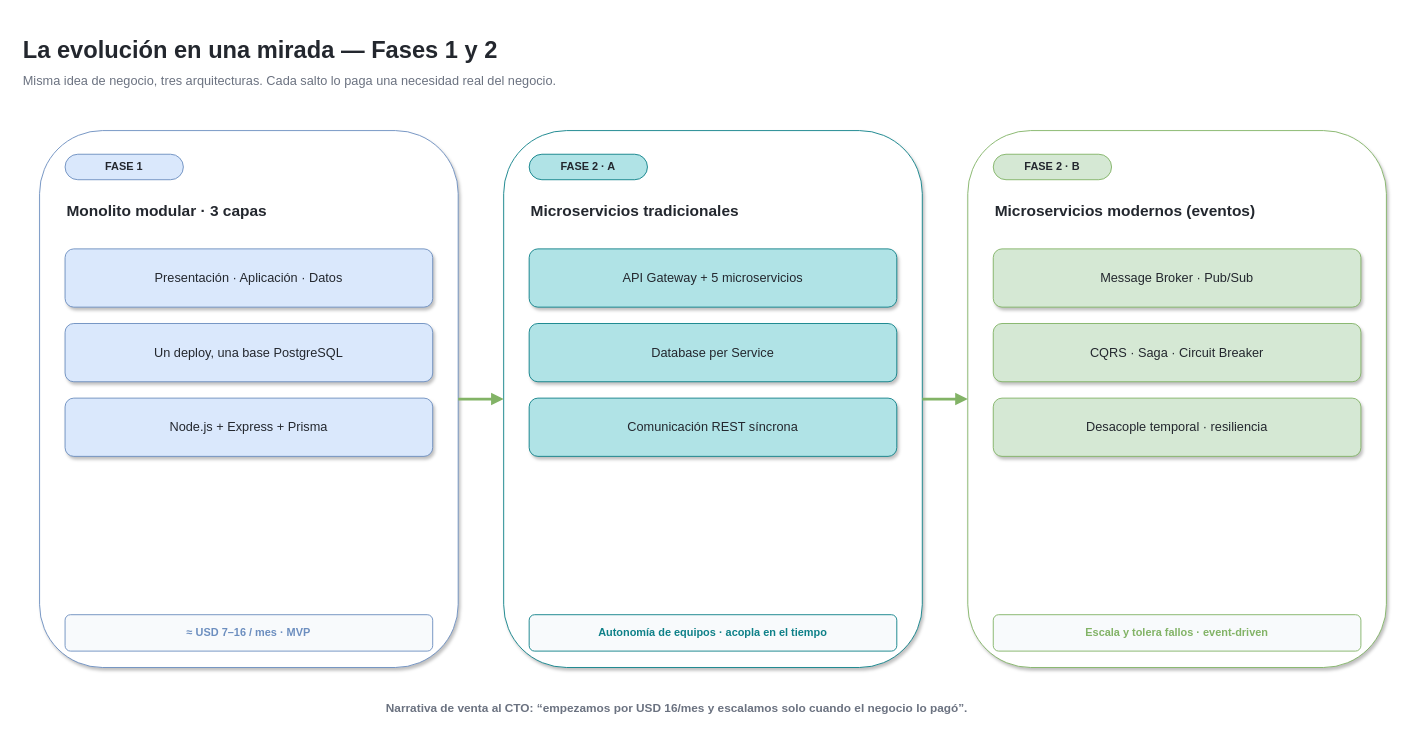
Before: Presentacion/diagramas/drawio/evolucion_3_arquitecturas.drawio in LautaroNaglieri/traineros-api, a draw.io diagram. Source tidied: cells renumbered, new cells numbered last; positions are measured from the earlier drawing's top-left corner, leaving out a move shared by most shapes. Both pictures are drawn from the tidied source at 91%, with x=0, y=0 at pixel (21, 30).
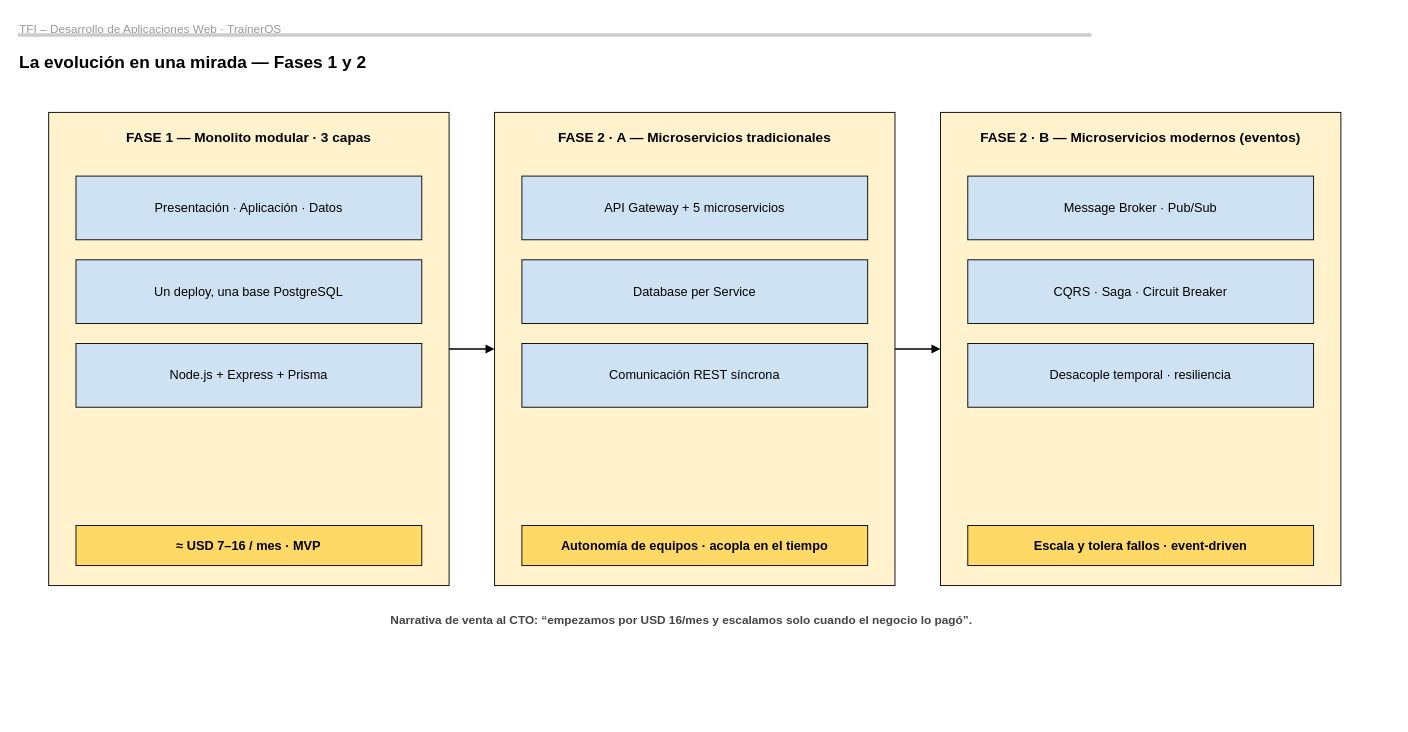
Above is the later version.

The edit, as a diff of the source:
```diff
@@
-    <mxCell id="2" value="La evolución en una mirada — Fases 1 y 2" style="text;html=1;strokeColor=none;fillColor=none;align=left;verticalAlign=top;fontSize=26;fontStyle=1;fontColor=#23272E;" parent="1" vertex="1">
-      <mxGeometry width="1000" height="34" as="geometry" />
+    <mxCell id="2" value="TFI – Desarrollo de Aplicaciones Web · TrainerOS" style="text;html=1;align=left;fontSize=13;fontColor=#999999;" parent="1" vertex="1">
+      <mxGeometry x="-4" y="-16" width="1000" height="20" as="geometry" />
     </mxCell>
-    <mxCell id="3" value="Misma idea de negocio, tres arquitecturas. Cada salto lo paga una necesidad real del negocio." style="text;html=1;strokeColor=none;fillColor=none;align=left;verticalAlign=top;fontSize=14;fontColor=#6B7280;" parent="1" vertex="1">
-      <mxGeometry y="40" width="1300" height="24" as="geometry" />
+    <mxCell id="3" style="line;strokeColor=#CCCCCC;html=1;" parent="1" vertex="1">
+      <mxGeometry x="-4" width="1180" height="10" as="geometry" />
     </mxCell>
-    <mxCell id="4" style="rounded=1;whiteSpace=wrap;html=1;fillColor=#ffffff;strokeColor=#6c8ebf;verticalAlign=top;shadow=1;" parent="1" vertex="1">
-      <mxGeometry x="20" y="110" width="460" height="590" as="geometry" />
+    <mxCell id="4" value="La evolución en una mirada — Fases 1 y 2" style="text;html=1;align=left;fontSize=19;fontStyle=1;fontColor=#000000;" parent="1" vertex="1">
+      <mxGeometry x="-4" y="18" width="1100" height="28" as="geometry" />
     </mxCell>
-    <mxCell id="5" value="FASE 1" style="rounded=1;arcSize=50;whiteSpace=wrap;html=1;fillColor=#dae8fc;strokeColor=#6c8ebf;fontSize=12;fontStyle=1;fontColor=#23272E;" parent="1" vertex="1">
-      <mxGeometry x="48" y="136" width="130" height="28" as="geometry" />
+    <mxCell id="5" value="FASE 1 — Monolito modular · 3 capas" style="rounded=0;whiteSpace=wrap;html=1;fillColor=#FFF2CC;strokeColor=#000000;strokeWidth=1;verticalAlign=top;align=center;fontSize=14;fontStyle=1;fontColor=#000000;spacingTop=10;verticalAlign=top;spacingTop=12;fontSize=15;" parent="1" vertex="1">
+      <mxGeometry x="30" y="90" width="440" height="520" as="geometry" />
     </mxCell>
-    <mxCell id="6" value="Monolito modular · 3 capas" style="text;html=1;align=left;fontSize=17;fontStyle=1;fontColor=#23272E;" parent="1" vertex="1">
-      <mxGeometry x="48" y="182" width="404" height="30" as="geometry" />
+    <mxCell id="6" value="Presentación · Aplicación · Datos" style="rounded=0;whiteSpace=wrap;html=1;fillColor=#CFE2F3;strokeColor=#000000;strokeWidth=1;fontSize=14;fontColor=#000000;" parent="1" vertex="1">
+      <mxGeometry x="60" y="160" width="380" height="70" as="geometry" />
     </mxCell>
-    <mxCell id="7" value="Presentación · Aplicación · Datos" style="rounded=1;whiteSpace=wrap;html=1;fillColor=#dae8fc;strokeColor=#6c8ebf;fontSize=14;fontColor=#23272E;shadow=1;" parent="1" vertex="1">
-      <mxGeometry x="48" y="240" width="404" height="64" as="geometry" />
+    <mxCell id="7" value="Un deploy, una base PostgreSQL" style="rounded=0;whiteSpace=wrap;html=1;fillColor=#CFE2F3;strokeColor=#000000;strokeWidth=1;fontSize=14;fontColor=#000000;" parent="1" vertex="1">
+      <mxGeometry x="60" y="252" width="380" height="70" as="geometry" />
     </mxCell>
-    <mxCell id="8" value="Un deploy, una base PostgreSQL" style="rounded=1;whiteSpace=wrap;html=1;fillColor=#dae8fc;strokeColor=#6c8ebf;fontSize=14;fontColor=#23272E;shadow=1;" parent="1" vertex="1">
-      <mxGeometry x="48" y="322" width="404" height="64" as="geometry" />
+    <mxCell id="8" value="Node.js + Express + Prisma" style="rounded=0;whiteSpace=wrap;html=1;fillColor=#CFE2F3;strokeColor=#000000;strokeWidth=1;fontSize=14;fontColor=#000000;" parent="1" vertex="1">
+      <mxGeometry x="60" y="344" width="380" height="70" as="geometry" />
     </mxCell>
-    <mxCell id="9" value="Node.js + Express + Prisma" style="rounded=1;whiteSpace=wrap;html=1;fillColor=#dae8fc;strokeColor=#6c8ebf;fontSize=14;fontColor=#23272E;shadow=1;" parent="1" vertex="1">
-      <mxGeometry x="48" y="404" width="404" height="64" as="geometry" />
+    <mxCell id="9" value="≈ USD 7–16 / mes · MVP" style="rounded=0;whiteSpace=wrap;html=1;fillColor=#FFD966;strokeColor=#000000;strokeWidth=1;fontSize=14;fontColor=#000000;fontStyle=1;" parent="1" vertex="1">
+      <mxGeometry x="60" y="544" width="380" height="44" as="geometry" />
     </mxCell>
-    <mxCell id="10" value="≈ USD 7–16 / mes · MVP" style="rounded=1;whiteSpace=wrap;html=1;fillColor=#f8fafc;strokeColor=#6c8ebf;fontSize=12;fontStyle=1;fontColor=#6c8ebf;" parent="1" vertex="1">
-      <mxGeometry x="48" y="642" width="404" height="40" as="geometry" />
+    <mxCell id="10" value="FASE 2 · A — Microservicios tradicionales" style="rounded=0;whiteSpace=wrap;html=1;fillColor=#FFF2CC;strokeColor=#000000;strokeWidth=1;verticalAlign=top;align=center;fontSize=14;fontStyle=1;fontColor=#000000;spacingTop=10;verticalAlign=top;spacingTop=12;fontSize=15;" parent="1" vertex="1">
+      <mxGeometry x="520" y="90" width="440" height="520" as="geometry" />
     </mxCell>
-    <mxCell id="11" style="rounded=1;whiteSpace=wrap;html=1;fillColor=#ffffff;strokeColor=#0e8088;verticalAlign=top;shadow=1;" parent="1" vertex="1">
-      <mxGeometry x="530" y="110" width="460" height="590" as="geometry" />
+    <mxCell id="11" value="API Gateway + 5 microservicios" style="rounded=0;whiteSpace=wrap;html=1;fillColor=#CFE2F3;strokeColor=#000000;strokeWidth=1;fontSize=14;fontColor=#000000;" parent="1" vertex="1">
+      <mxGeometry x="550" y="160" width="380" height="70" as="geometry" />
     </mxCell>
-    <mxCell id="12" value="FASE 2 · A" style="rounded=1;arcSize=50;whiteSpace=wrap;html=1;fillColor=#b0e3e6;strokeColor=#0e8088;fontSize=12;fontStyle=1;fontColor=#23272E;" parent="1" vertex="1">
-      <mxGeometry x="558" y="136" width="130" height="28" as="geometry" />
+    <mxCell id="12" value="Database per Service" style="rounded=0;whiteSpace=wrap;html=1;fillColor=#CFE2F3;strokeColor=#000000;strokeWidth=1;fontSize=14;fontColor=#000000;" parent="1" vertex="1">
+      <mxGeometry x="550" y="252" width="380" height="70" as="geometry" />
     </mxCell>
-    <mxCell id="13" value="Microservicios tradicionales" style="text;html=1;align=left;fontSize=17;fontStyle=1;fontColor=#23272E;" parent="1" vertex="1">
-      <mxGeometry x="558" y="182" width="404" height="30" as="geometry" />
+    <mxCell id="13" value="Comunicación REST síncrona" style="rounded=0;whiteSpace=wrap;html=1;fillColor=#CFE2F3;strokeColor=#000000;strokeWidth=1;fontSize=14;fontColor=#000000;" parent="1" vertex="1">
+      <mxGeometry x="550" y="344" width="380" height="70" as="geometry" />
     </mxCell>
-    <mxCell id="14" value="API Gateway + 5 microservicios" style="rounded=1;whiteSpace=wrap;html=1;fillColor=#b0e3e6;strokeColor=#0e8088;fontSize=14;fontColor=#23272E;shadow=1;" parent="1" vertex="1">
-      <mxGeometry x="558" y="240" width="404" height="64" as="geometry" />
+    <mxCell id="14" value="Autonomía de equipos · acopla en el tiempo" style="rounded=0;whiteSpace=wrap;html=1;fillColor=#FFD966;strokeColor=#000000;strokeWidth=1;fontSize=14;fontColor=#000000;fontStyle=1;" parent="1" vertex="1">
+      <mxGeometry x="550" y="544" width="380" height="44" as="geometry" />
     </mxCell>
-    <mxCell id="15" value="Database per Service" style="rounded=1;whiteSpace=wrap;html=1;fillColor=#b0e3e6;strokeColor=#0e8088;fontSize=14;fontColor=#23272E;shadow=1;" parent="1" vertex="1">
-      <mxGeometry x="558" y="322" width="404" height="64" as="geometry" />
+    <mxCell id="15" value="FASE 2 · B — Microservicios modernos (eventos)" style="rounded=0;whiteSpace=wrap;html=1;fillColor=#FFF2CC;strokeColor=#000000;strokeWidth=1;verticalAlign=top;align=center;fontSize=14;fontStyle=1;fontColor=#000000;spacingTop=10;verticalAlign=top;spacingTop=12;fontSize=15;" parent="1" vertex="1">
+      <mxGeometry x="1010" y="90" width="440" height="520" as="geometry" />
     </mxCell>
-    <mxCell id="16" value="Comunicación REST síncrona" style="rounded=1;whiteSpace=wrap;html=1;fillColor=#b0e3e6;strokeColor=#0e8088;fontSize=14;fontColor=#23272E;shadow=1;" parent="1" vertex="1">
-      <mxGeometry x="558" y="404" width="404" height="64" as="geometry" />
+    <mxCell id="16" value="Message Broker · Pub/Sub" style="rounded=0;whiteSpace=wrap;html=1;fillColor=#CFE2F3;strokeColor=#000000;strokeWidth=1;fontSize=14;fontColor=#000000;" parent="1" vertex="1">
+      <mxGeometry x="1040" y="160" width="380" height="70" as="geometry" />
     </mxCell>
-    <mxCell id="17" value="Autonomía de equipos · acopla en el tiempo" style="rounded=1;whiteSpace=wrap;html=1;fillColor=#f8fafc;strokeColor=#0e8088;fontSize=12;fontStyle=1;fontColor=#0e8088;" parent="1" vertex="1">
-      <mxGeometry x="558" y="642" width="404" height="40" as="geometry" />
+    <mxCell id="17" value="CQRS · Saga · Circuit Breaker" style="rounded=0;whiteSpace=wrap;html=1;fillColor=#CFE2F3;strokeColor=#000000;strokeWidth=1;fontSize=14;fontColor=#000000;" parent="1" vertex="1">
+      <mxGeometry x="1040" y="252" width="380" height="70" as="geometry" />
     </mxCell>
-    <mxCell id="18" style="rounded=1;whiteSpace=wrap;html=1;fillColor=#ffffff;strokeColor=#82b366;verticalAlign=top;shadow=1;" parent="1" vertex="1">
-      <mxGeometry x="1040" y="110" width="460" height="590" as="geometry" />
+    <mxCell id="18" value="Desacople temporal · resiliencia" style="rounded=0;whiteSpace=wrap;html=1;fillColor=#CFE2F3;strokeColor=#000000;strokeWidth=1;fontSize=14;fontColor=#000000;" parent="1" vertex="1">
+      <mxGeometry x="1040" y="344" width="380" height="70" as="geometry" />
     </mxCell>
-    <mxCell id="19" value="FASE 2 · B" style="rounded=1;arcSize=50;whiteSpace=wrap;html=1;fillColor=#d5e8d4;strokeColor=#82b366;fontSize=12;fontStyle=1;fontColor=#23272E;" parent="1" vertex="1">
-      <mxGeometry x="1068" y="136" width="130" height="28" as="geometry" />
+    <mxCell id="19" value="Escala y tolera fallos · event-driven" style="rounded=0;whiteSpace=wrap;html=1;fillColor=#FFD966;strokeColor=#000000;strokeWidth=1;fontSize=14;fontColor=#000000;fontStyle=1;" parent="1" vertex="1">
+      <mxGeometry x="1040" y="544" width="380" height="44" as="geometry" />
     </mxCell>
-    <mxCell id="20" value="Microservicios modernos (eventos)" style="text;html=1;align=left;fontSize=17;fontStyle=1;fontColor=#23272E;" parent="1" vertex="1">
-      <mxGeometry x="1068" y="182" width="404" height="30" as="geometry" />
+    <mxCell id="20" style="edgeStyle=orthogonalEdgeStyle;rounded=0;html=1;endArrow=block;endFill=1;strokeColor=#000000;strokeWidth=1.5;fontSize=12;fontColor=#000000;labelBackgroundColor=#FFFFFF;exitX=1;exitY=0.5;exitDx=0;exitDy=0;entryX=0;entryY=0.5;entryDx=0;entryDy=0;" parent="1" edge="1" source="5" target="10">
+      <mxGeometry relative="1" as="geometry" />
     </mxCell>
-    <mxCell id="21" value="Message Broker · Pub/Sub" style="rounded=1;whiteSpace=wrap;html=1;fillColor=#d5e8d4;strokeColor=#82b366;fontSize=14;fontColor=#23272E;shadow=1;" parent="1" vertex="1">
-      <mxGeometry x="1068" y="240" width="404" height="64" as="geometry" />
+    <mxCell id="21" style="edgeStyle=orthogonalEdgeStyle;rounded=0;html=1;endArrow=block;endFill=1;strokeColor=#000000;strokeWidth=1.5;fontSize=12;fontColor=#000000;labelBackgroundColor=#FFFFFF;exitX=1;exitY=0.5;exitDx=0;exitDy=0;entryX=0;entryY=0.5;entryDx=0;entryDy=0;" parent="1" edge="1" source="10" target="15">
+      <mxGeometry relative="1" as="geometry" />
     </mxCell>
-    <mxCell id="22" value="CQRS · Saga · Circuit Breaker" style="rounded=1;whiteSpace=wrap;html=1;fillColor=#d5e8d4;strokeColor=#82b366;fontSize=14;fontColor=#23272E;shadow=1;" parent="1" vertex="1">
-      <mxGeometry x="1068" y="322" width="404" height="64" as="geometry" />
+    <mxCell id="22" value="Narrativa de venta al CTO: “empezamos por USD 16/mes y escalamos solo cuando el negocio lo pagó”." style="text;html=1;align=center;fontSize=13;fontStyle=1;fontColor=#444444;" parent="1" vertex="1">
+      <mxGeometry x="30" y="634" width="1390" height="24" as="geometry" />
     </mxCell>
-    <mxCell id="23" value="Desacople temporal · resiliencia" style="rounded=1;whiteSpace=wrap;html=1;fillColor=#d5e8d4;strokeColor=#82b366;fontSize=14;fontColor=#23272E;shadow=1;" parent="1" vertex="1">
-      <mxGeometry x="1068" y="404" width="404" height="64" as="geometry" />
-    </mxCell>
-    <mxCell id="24" value="Escala y tolera fallos · event-driven" style="rounded=1;whiteSpace=wrap;html=1;fillColor=#f8fafc;strokeColor=#82b366;fontSize=12;fontStyle=1;fontColor=#82b366;" parent="1" vertex="1">
-      <mxGeometry x="1068" y="642" width="404" height="40" as="geometry" />
-    </mxCell>
-    <mxCell id="25" style="edgeStyle=orthogonalEdgeStyle;rounded=1;html=1;endArrow=block;endFill=1;strokeColor=#4D4D4D;strokeWidth=1.6;fontSize=11;fontColor=#6B7280;endArrow=block;strokeColor=#82b366;strokeWidth=3;exitX=1;exitY=0.5;exitDx=0;exitDy=0;entryX=0;entryY=0.5;entryDx=0;entryDy=0;" parent="1" edge="1" source="4" target="11">
-      <mxGeometry relative="1" as="geometry" />
-    </mxCell>
-    <mxCell id="26" style="edgeStyle=orthogonalEdgeStyle;rounded=1;html=1;endArrow=block;endFill=1;strokeColor=#4D4D4D;strokeWidth=1.6;fontSize=11;fontColor=#6B7280;endArrow=block;strokeColor=#82b366;strokeWidth=3;exitX=1;exitY=0.5;exitDx=0;exitDy=0;entryX=0;entryY=0.5;entryDx=0;entryDy=0;" parent="1" edge="1" source="11" target="18">
-      <mxGeometry relative="1" as="geometry" />
-    </mxCell>
-    <mxCell id="27" value="Narrativa de venta al CTO: “empezamos por USD 16/mes y escalamos solo cuando el negocio lo pagó”." style="text;html=1;align=center;fontSize=13;fontStyle=1;fontColor=#6B7280;" parent="1" vertex="1">
-      <mxGeometry x="20" y="730" width="1400" height="24" as="geometry" />
-    </mxCell>
```
